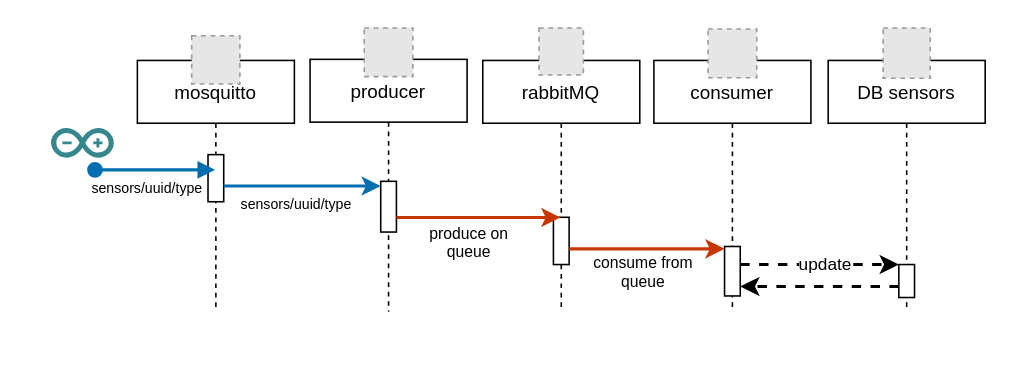
The draw.io diagram diagrams/4-sensors.drawio in home-anthill/docs, before the edit. Source tidied: cells renumbered, new cells numbered last; positions are measured from the earlier drawing's top-left corner, leaving out a move shared by most shapes. Both pictures are drawn from the tidied source at 157%, with x=0, y=0 at pixel (50, 27). Pictures stored in the file or linked from it are replaced by grey dashed boxes.
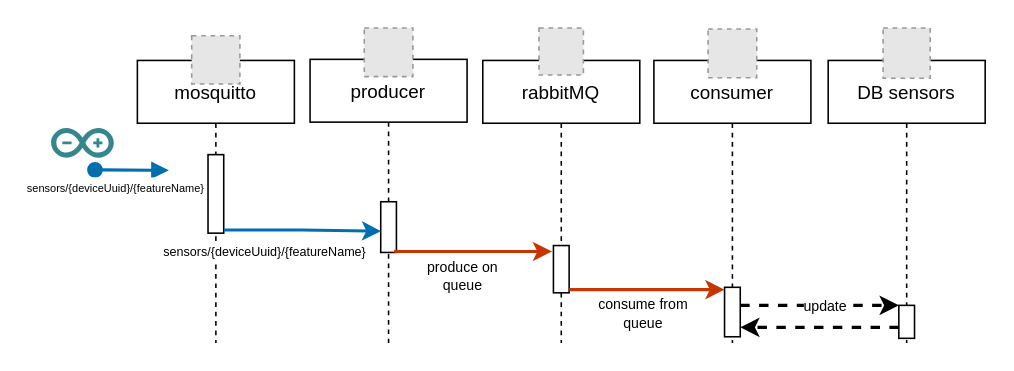
Above is the later version.

The edit, as a diff of the source:
```diff
@@
     <mxCell id="2" value="rabbitMQ" style="shape=umlLifeline;perimeter=lifelinePerimeter;rounded=0;shadow=0;strokeWidth=1;align=center;" parent="1" vertex="1">
-      <mxGeometry x="275" y="21" width="100" height="160" as="geometry" />
+      <mxGeometry x="275" y="21" width="100" height="180" as="geometry" />
     </mxCell>
     <mxCell id="3" style="points=[];perimeter=orthogonalPerimeter;rounded=0;shadow=0;strokeWidth=1;" parent="2" vertex="1">
-      <mxGeometry x="45" y="99.9" width="10" height="30.1" as="geometry" />
+      <mxGeometry x="45" y="117.9" width="10" height="30.1" as="geometry" />
     </mxCell>
     <mxCell id="4" value="consumer" style="shape=umlLifeline;perimeter=lifelinePerimeter;rounded=0;shadow=0;strokeWidth=1;" parent="1" vertex="1">
-      <mxGeometry x="384" y="21" width="100" height="160" as="geometry" />
+      <mxGeometry x="384" y="21" width="100" height="180" as="geometry" />
     </mxCell>
     <mxCell id="5" style="points=[];perimeter=orthogonalPerimeter;rounded=0;shadow=0;strokeWidth=1;" parent="4" vertex="1">
-      <mxGeometry x="45" y="118.5" width="10" height="31.5" as="geometry" />
+      <mxGeometry x="45" y="144.5" width="10" height="31.5" as="geometry" />
     </mxCell>
     <mxCell id="6" value="DB sensors" style="shape=umlLifeline;perimeter=lifelinePerimeter;rounded=0;shadow=0;strokeWidth=1;" parent="1" vertex="1">
-      <mxGeometry x="495" y="21" width="100" height="160" as="geometry" />
+      <mxGeometry x="495" y="21" width="100" height="180" as="geometry" />
     </mxCell>
     <mxCell id="7" style="points=[];perimeter=orthogonalPerimeter;rounded=0;shadow=0;strokeWidth=1;" parent="6" vertex="1">
-      <mxGeometry x="45" y="130" width="10" height="21" as="geometry" />
+      <mxGeometry x="45" y="156" width="10" height="21" as="geometry" />
     </mxCell>
@@
     <mxCell id="9" style="edgeStyle=orthogonalEdgeStyle;rounded=0;jettySize=auto;html=1;fillColor=#fa6800;strokeColor=#C73500;strokeWidth=2;" parent="1" edge="1" source="3" target="5">
       <mxGeometry relative="1" as="geometry">
         <Array as="points">
-          <mxPoint x="405" y="141" />
-          <mxPoint x="405" y="141" />
+          <mxPoint x="405" y="167" />
+          <mxPoint x="405" y="167" />
         </Array>
       </mxGeometry>
     </mxCell>
-    <mxCell id="10" value="consume from&lt;br style=&quot;font-size: 10px;&quot;&gt;queue" style="edgeLabel;html=1;align=center;verticalAlign=middle;fontSize=10;" parent="9" vertex="1">
+    <mxCell id="10" value="&lt;font style=&quot;font-size: 9px;&quot;&gt;consume from&lt;br style=&quot;&quot;&gt;queue&lt;/font&gt;" style="edgeLabel;html=1;align=center;verticalAlign=middle;fontSize=10;" parent="9" vertex="1">
       <mxGeometry x="-0.26" relative="1" as="geometry">
         <mxPoint x="9" y="14" as="offset" />
       </mxGeometry>
     </mxCell>
@@
     <mxCell id="13" value="mosquitto" style="shape=umlLifeline;perimeter=lifelinePerimeter;rounded=0;shadow=0;strokeWidth=1;" parent="1" vertex="1">
-      <mxGeometry x="55" y="21" width="100" height="160" as="geometry" />
+      <mxGeometry x="55" y="21" width="100" height="180" as="geometry" />
     </mxCell>
     <mxCell id="14" style="points=[];perimeter=orthogonalPerimeter;rounded=0;shadow=0;strokeWidth=1;" parent="13" vertex="1">
-      <mxGeometry x="45" y="60" width="10" height="30" as="geometry" />
+      <mxGeometry x="45" y="60" width="10" height="50" as="geometry" />
     </mxCell>
@@
+    <mxCell id="18" value="&lt;font style=&quot;font-size: 8px;&quot;&gt;sensors/{deviceUuid}/{featureName}&lt;/font&gt;" style="edgeLabel;html=1;align=center;verticalAlign=middle;fontSize=10;" parent="13" vertex="1">
+      <mxGeometry x="80" y="120" as="geometry" />
+    </mxCell>
     <mxCell id="16" value="producer" style="shape=umlLifeline;perimeter=lifelinePerimeter;rounded=0;shadow=0;strokeWidth=1;" parent="1" vertex="1">
-      <mxGeometry x="165" y="20.3" width="100" height="160.7" as="geometry" />
+      <mxGeometry x="165" y="20.3" width="100" height="180.7" as="geometry" />
     </mxCell>
     <mxCell id="17" style="points=[];perimeter=orthogonalPerimeter;rounded=0;shadow=0;strokeWidth=1;" parent="16" vertex="1">
-      <mxGeometry x="45" y="77.7" width="10" height="32.3" as="geometry" />
+      <mxGeometry x="45" y="90.7" width="10" height="32.3" as="geometry" />
     </mxCell>
-    <mxCell id="18" value="&lt;font style=&quot;font-size: 9px;&quot;&gt;sensors/uuid/type&lt;/font&gt;" style="edgeLabel;html=1;align=center;verticalAlign=middle;fontSize=10;" parent="16" vertex="1">
-      <mxGeometry x="-10" y="90.7" as="geometry" />
-    </mxCell>
@@
-    <mxCell id="20" style="verticalAlign=bottom;startArrow=oval;endArrow=block;startSize=8;shadow=0;strokeWidth=2;fillColor=#1ba1e2;strokeColor=#006EAF;" parent="1" edge="1" target="13">
+    <mxCell id="20" style="verticalAlign=bottom;startArrow=oval;endArrow=block;startSize=8;shadow=0;strokeWidth=2;fillColor=#1ba1e2;strokeColor=#006EAF;" parent="1" edge="1">
       <mxGeometry relative="1" as="geometry">
         <mxPoint x="28" y="90.7" as="sourcePoint" />
+        <mxPoint x="75" y="91" as="targetPoint" />
       </mxGeometry>
     </mxCell>
-    <mxCell id="21" value="&lt;font style=&quot;font-size: 9px;&quot;&gt;sensors/uuid/type&lt;/font&gt;" style="edgeLabel;html=1;align=center;verticalAlign=middle;fontSize=10;" parent="20" vertex="1">
+    <mxCell id="21" value="&lt;font style=&quot;line-height: 100%; font-size: 7px;&quot;&gt;sensors/{deviceUuid}/{featureName}&lt;/font&gt;" style="edgeLabel;html=1;align=center;verticalAlign=middle;fontSize=10;" parent="20" vertex="1">
       <mxGeometry x="-0.4" y="2" relative="1" as="geometry">
-        <mxPoint x="9" y="13" as="offset" />
+        <mxPoint x="-2" y="12" as="offset" />
       </mxGeometry>
     </mxCell>
-    <mxCell id="22" style="edgeStyle=orthogonalEdgeStyle;rounded=0;jettySize=auto;html=1;fillColor=#1ba1e2;strokeColor=#006EAF;strokeWidth=2;" parent="1" edge="1" source="14" target="17">
-      <mxGeometry relative="1" as="geometry">
-        <Array as="points">
-          <mxPoint x="145" y="101" />
-          <mxPoint x="145" y="101" />
-        </Array>
-      </mxGeometry>
+    <mxCell id="22" style="edgeStyle=orthogonalEdgeStyle;rounded=0;jettySize=auto;html=1;fillColor=#1ba1e2;strokeColor=#006EAF;strokeWidth=2;entryX=0.026;entryY=0.58;entryDx=0;entryDy=0;entryPerimeter=0;exitX=1.026;exitY=0.96;exitDx=0;exitDy=0;exitPerimeter=0;" parent="1" edge="1" source="14" target="17">
+      <mxGeometry relative="1" as="geometry" />
     </mxCell>
-    <mxCell id="23" style="edgeStyle=orthogonalEdgeStyle;rounded=0;jettySize=auto;html=1;strokeWidth=2;fillColor=#fa6800;strokeColor=#C73500;" parent="1" edge="1" source="17" target="2">
+    <mxCell id="23" style="edgeStyle=orthogonalEdgeStyle;rounded=0;jettySize=auto;html=1;strokeWidth=2;fillColor=#fa6800;strokeColor=#C73500;exitX=0.952;exitY=1.039;exitDx=0;exitDy=0;exitPerimeter=0;entryX=-0.085;entryY=0.125;entryDx=0;entryDy=0;entryPerimeter=0;" parent="1" edge="1" target="3">
       <mxGeometry relative="1" as="geometry">
+        <mxPoint x="219.5" y="141.6" as="sourcePoint" />
         <Array as="points">
-          <mxPoint x="265" y="121" />
-          <mxPoint x="265" y="121" />
+          <mxPoint x="220" y="143" />
         </Array>
       </mxGeometry>
     </mxCell>
-    <mxCell id="24" value="produce on&lt;br style=&quot;font-size: 10px;&quot;&gt;queue" style="edgeLabel;html=1;align=center;verticalAlign=middle;fontSize=10;" parent="23" vertex="1">
+    <mxCell id="24" value="&lt;font style=&quot;font-size: 9px;&quot;&gt;produce on&lt;br style=&quot;&quot;&gt;queue&lt;/font&gt;" style="edgeLabel;html=1;align=center;verticalAlign=middle;fontSize=10;" parent="23" vertex="1">
       <mxGeometry x="-0.04" y="-1" relative="1" as="geometry">
         <mxPoint x="-5" y="14" as="offset" />
       </mxGeometry>
     </mxCell>
     <mxCell id="25" style="edgeStyle=orthogonalEdgeStyle;rounded=0;jettySize=auto;html=1;strokeWidth=2;dashed=1;" parent="1" edge="1" source="5" target="7">
       <mxGeometry relative="1" as="geometry">
         <Array as="points">
-          <mxPoint x="485" y="151" />
-          <mxPoint x="485" y="151" />
+          <mxPoint x="485" y="177" />
+          <mxPoint x="485" y="177" />
         </Array>
       </mxGeometry>
     </mxCell>
-    <mxCell id="26" value="update" style="edgeLabel;html=1;align=center;verticalAlign=middle;" parent="25" vertex="1">
+    <mxCell id="26" value="&lt;font style=&quot;font-size: 9px;&quot;&gt;update&lt;/font&gt;" style="edgeLabel;html=1;align=center;verticalAlign=middle;" parent="25" vertex="1">
       <mxGeometry x="0.04" y="1" relative="1" as="geometry" />
     </mxCell>
     <mxCell id="27" style="edgeStyle=orthogonalEdgeStyle;rounded=0;jettySize=auto;html=1;strokeWidth=2;dashed=1;" parent="1" edge="1" source="7" target="5">
       <mxGeometry relative="1" as="geometry">
         <Array as="points">
-          <mxPoint x="515" y="165" />
-          <mxPoint x="515" y="165" />
+          <mxPoint x="515" y="191" />
+          <mxPoint x="515" y="191" />
         </Array>
       </mxGeometry>
     </mxCell>
```
